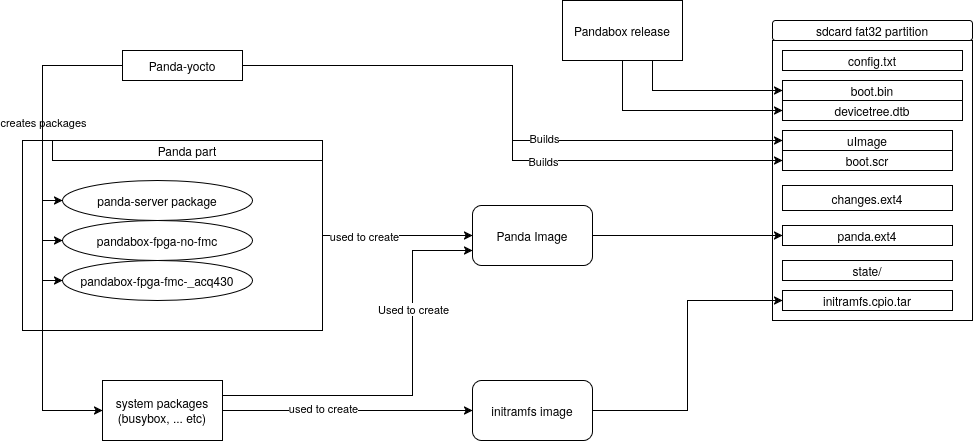
EmilioPeJu/panda-yocto-proposal keeps this draw.io diagram as panda-yocto.drawio.png. Above is the earlier version. Source tidied: cells renumbered, new cells last; positions are measured from the earlier drawing's top-left corner, leaving out a move shared by most shapes.
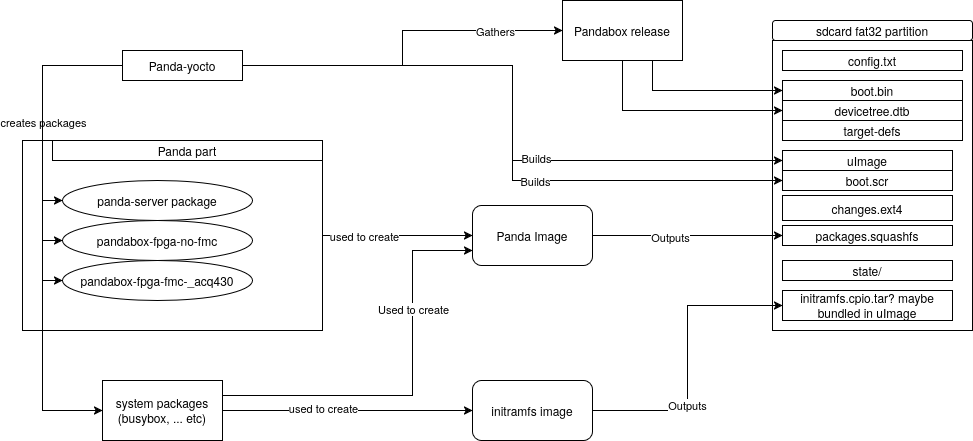
The same diagram one commit later.

Commit message:
Update notes according to meta-panda changes

Change to the diagram source:
```diff
@@ -3,7 +3,7 @@
     <mxCell id="0" />
     <mxCell id="1" parent="0" />
     <mxCell id="2" style="rounded=0;whiteSpace=wrap;html=1;" parent="1" vertex="1">
-      <mxGeometry x="750" y="40" width="200" height="280" as="geometry" />
+      <mxGeometry x="750" y="40" width="200" height="290" as="geometry" />
     </mxCell>
     <mxCell id="3" style="edgeStyle=orthogonalEdgeStyle;rounded=0;jettySize=auto;html=1;exitX=1;exitY=0.5;exitDx=0;exitDy=0;" parent="1" edge="1" source="5" target="23">
       <mxGeometry relative="1" as="geometry" />
@@ -48,6 +48,12 @@
         <mxPoint x="14" y="2" as="offset" />
       </mxGeometry>
     </mxCell>
+    <mxCell id="42" style="edgeStyle=orthogonalEdgeStyle;rounded=0;jettySize=auto;html=1;exitX=1;exitY=0.5;exitDx=0;exitDy=0;entryX=0;entryY=0.5;entryDx=0;entryDy=0;" parent="1" edge="1" source="15" target="38">
+      <mxGeometry relative="1" as="geometry" />
+    </mxCell>
+    <mxCell id="43" value="Gathers" style="edgeLabel;html=1;align=center;verticalAlign=middle;" parent="42" vertex="1">
+      <mxGeometry x="0.62" relative="1" as="geometry" />
+    </mxCell>
     <mxCell id="15" value="Panda-yocto" style="rounded=0;whiteSpace=wrap;html=1;" parent="1" vertex="1">
       <mxGeometry x="100" y="50" width="120" height="30" as="geometry" />
     </mxCell>
@@ -66,12 +72,18 @@
     <mxCell id="20" style="edgeStyle=orthogonalEdgeStyle;rounded=0;jettySize=auto;html=1;exitX=1;exitY=0.5;exitDx=0;exitDy=0;entryX=0;entryY=0.5;entryDx=0;entryDy=0;" parent="1" edge="1" source="21" target="30">
       <mxGeometry relative="1" as="geometry" />
     </mxCell>
+    <mxCell id="44" value="Outputs" style="edgeLabel;html=1;align=center;verticalAlign=middle;" parent="20" vertex="1">
+      <mxGeometry x="-0.32" y="1" relative="1" as="geometry" />
+    </mxCell>
     <mxCell id="21" value="initramfs image" style="rounded=1;whiteSpace=wrap;html=1;" parent="1" vertex="1">
       <mxGeometry x="450" y="380" width="120" height="60" as="geometry" />
     </mxCell>
     <mxCell id="22" style="edgeStyle=orthogonalEdgeStyle;rounded=0;jettySize=auto;html=1;exitX=1;exitY=0.5;exitDx=0;exitDy=0;entryX=0;entryY=0.5;entryDx=0;entryDy=0;" parent="1" edge="1" source="23" target="31">
       <mxGeometry relative="1" as="geometry" />
     </mxCell>
+    <mxCell id="45" value="Outputs" style="edgeLabel;html=1;align=center;verticalAlign=middle;" parent="22" vertex="1">
+      <mxGeometry x="-0.19" y="-1" relative="1" as="geometry" />
+    </mxCell>
     <mxCell id="23" value="Panda Image" style="rounded=1;whiteSpace=wrap;html=1;" parent="1" vertex="1">
       <mxGeometry x="450" y="205" width="120" height="60" as="geometry" />
     </mxCell>
@@ -98,14 +110,14 @@
     <mxCell id="29" value="&lt;div&gt;system packages&lt;/div&gt;&lt;div&gt;(busybox, ... etc)&lt;/div&gt;" style="rounded=0;whiteSpace=wrap;html=1;" parent="1" vertex="1">
       <mxGeometry x="80" y="380" width="120" height="60" as="geometry" />
     </mxCell>
-    <mxCell id="30" value="&lt;div&gt;initramfs.cpio.tar&lt;/div&gt;" style="rounded=0;whiteSpace=wrap;html=1;" parent="1" vertex="1">
-      <mxGeometry x="760" y="290" width="170" height="20" as="geometry" />
+    <mxCell id="30" value="&lt;div&gt;initramfs.cpio.tar? maybe bundled in uImage&lt;/div&gt;" style="rounded=0;whiteSpace=wrap;html=1;" parent="1" vertex="1">
+      <mxGeometry x="760" y="290" width="170" height="30" as="geometry" />
     </mxCell>
-    <mxCell id="31" value="panda.ext4" style="rounded=0;whiteSpace=wrap;html=1;" parent="1" vertex="1">
+    <mxCell id="31" value="&lt;div&gt;packages.squashfs&lt;/div&gt;" style="rounded=0;whiteSpace=wrap;html=1;" parent="1" vertex="1">
       <mxGeometry x="760" y="225" width="170" height="20" as="geometry" />
     </mxCell>
     <mxCell id="32" value="changes.ext4" style="rounded=0;whiteSpace=wrap;html=1;" parent="1" vertex="1">
-      <mxGeometry x="760" y="185" width="170" height="25" as="geometry" />
+      <mxGeometry x="760" y="195" width="170" height="25" as="geometry" />
     </mxCell>
     <mxCell id="33" value="config.txt" style="rounded=0;whiteSpace=wrap;html=1;" parent="1" vertex="1">
       <mxGeometry x="760" y="50" width="180" height="20" as="geometry" />
@@ -126,13 +138,16 @@
       <mxGeometry x="540" width="120" height="60" as="geometry" />
     </mxCell>
     <mxCell id="39" value="uImage" style="rounded=0;whiteSpace=wrap;html=1;" parent="1" vertex="1">
-      <mxGeometry x="760" y="130" width="170" height="20" as="geometry" />
+      <mxGeometry x="760" y="150" width="170" height="20" as="geometry" />
     </mxCell>
     <mxCell id="40" value="boot.scr" style="rounded=0;whiteSpace=wrap;html=1;" parent="1" vertex="1">
-      <mxGeometry x="760" y="150" width="170" height="20" as="geometry" />
+      <mxGeometry x="760" y="170" width="170" height="20" as="geometry" />
     </mxCell>
     <mxCell id="41" value="state/" style="rounded=0;whiteSpace=wrap;html=1;" parent="1" vertex="1">
       <mxGeometry x="760" y="260" width="170" height="20" as="geometry" />
     </mxCell>
+    <mxCell id="46" value="target-defs" style="rounded=0;whiteSpace=wrap;html=1;" parent="1" vertex="1">
+      <mxGeometry x="760" y="120" width="180" height="20" as="geometry" />
+    </mxCell>
   </root>
 </mxGraphModel>
```
